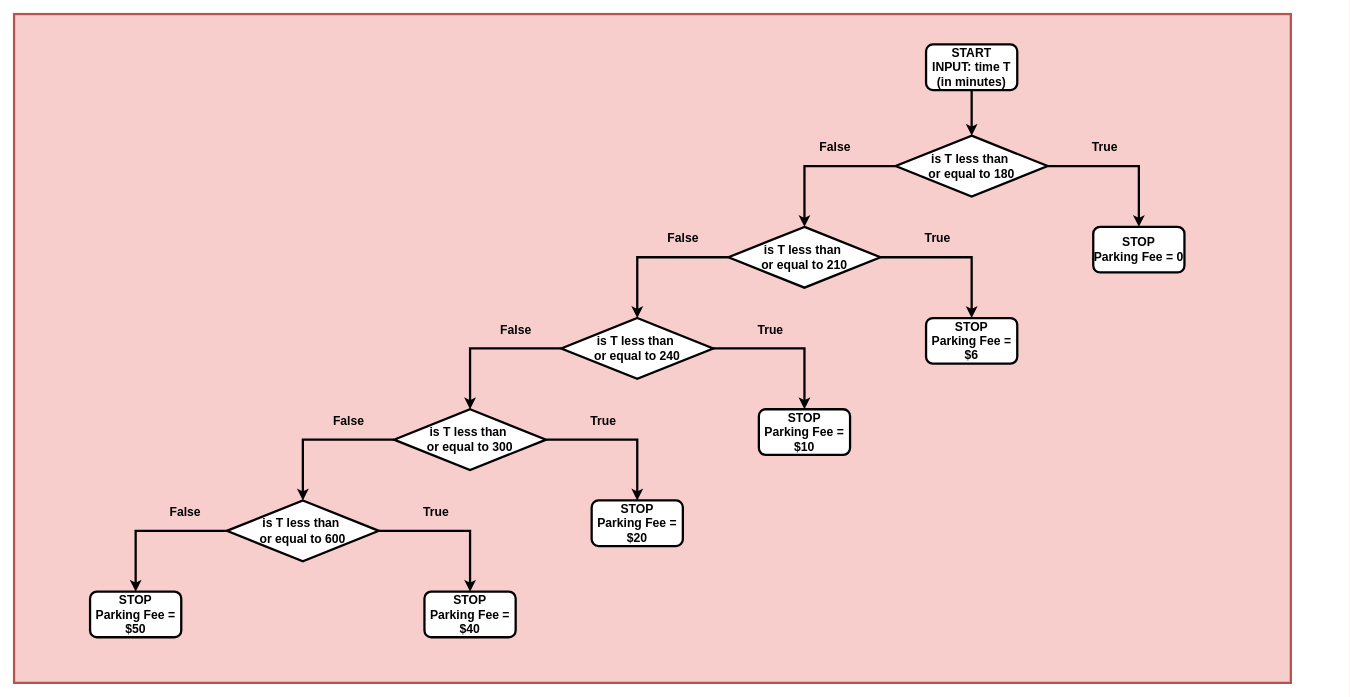
Before: Flowchart Untitled Diagram.drawio in gaurav1780/drawdotio, a draw.io diagram. Source tidied: cells renumbered, new cells numbered last; positions are measured from the earlier drawing's top-left corner, leaving out a move shared by most shapes. Both pictures are drawn from the tidied source at 76%, with x=0, y=0 at pixel (14, 14).
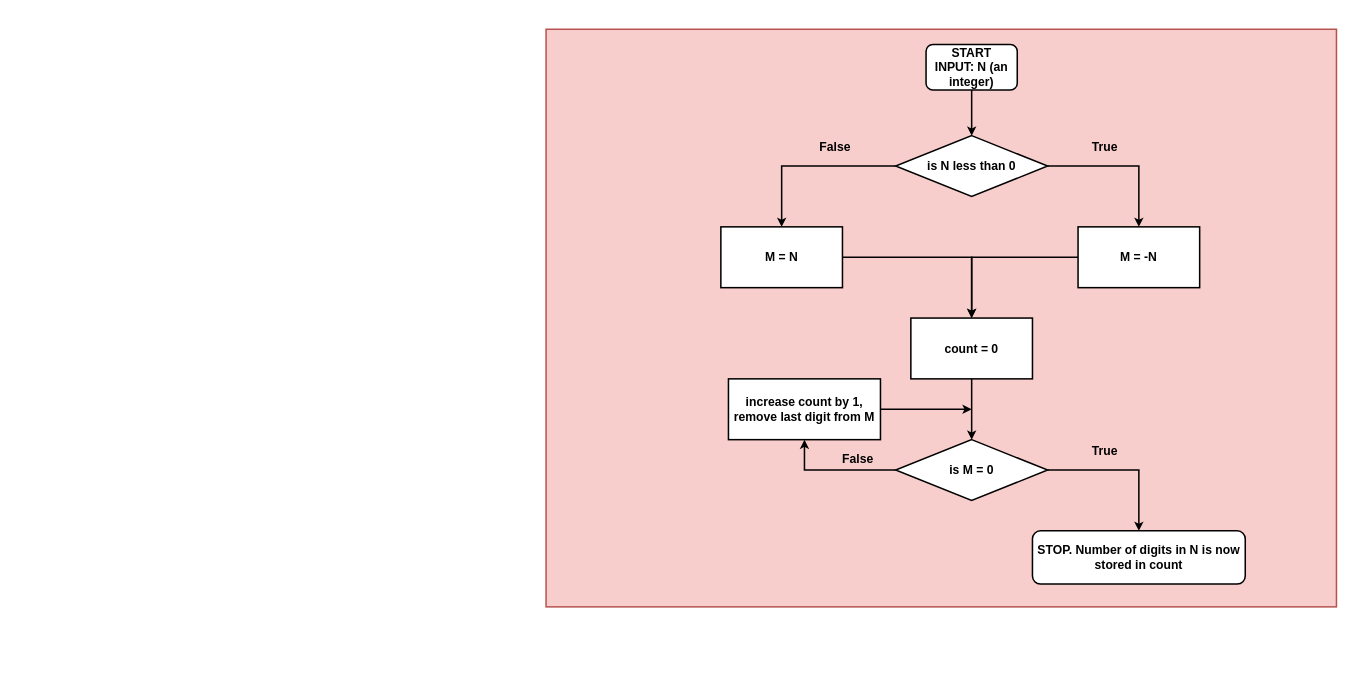
The same page after the edit.

What changed in the source:
```diff
@@
-    <mxCell id="2" style="rounded=0;whiteSpace=wrap;html=1;fillColor=#f8cecc;strokeColor=#b85450;fontSize=16;strokeWidth=3;fontStyle=1;" parent="1" vertex="1">
-      <mxGeometry width="1680" height="880" as="geometry" />
+    <mxCell id="2" style="rounded=0;whiteSpace=wrap;html=1;fillColor=#f8cecc;strokeColor=#b85450;fontSize=16;strokeWidth=2;fontStyle=1;" parent="1" vertex="1">
+      <mxGeometry x="700" y="20" width="1040" height="760" as="geometry" />
     </mxCell>
-    <mxCell id="3" value="START&lt;div style=&quot;font-size: 16px;&quot;&gt;INPUT: time T (in minutes)&lt;/div&gt;" style="rounded=1;whiteSpace=wrap;html=1;fontSize=16;strokeWidth=3;fontStyle=1;" parent="1" vertex="1">
+    <mxCell id="3" value="START&lt;div style=&quot;font-size: 16px;&quot;&gt;INPUT: N (an integer)&lt;/div&gt;" style="rounded=1;whiteSpace=wrap;html=1;fontSize=16;strokeWidth=2;fontStyle=1;" parent="1" vertex="1">
       <mxGeometry x="1200" y="40" width="120" height="60" as="geometry" />
     </mxCell>
-    <mxCell id="4" style="endArrow=classic;html=1;rounded=0;fontSize=16;strokeWidth=3;fontStyle=1;" parent="1" edge="1">
+    <mxCell id="4" style="endArrow=classic;html=1;rounded=0;fontSize=16;strokeWidth=2;fontStyle=1;" parent="1" edge="1">
       <mxGeometry relative="1" as="geometry">
         <mxPoint x="1260" y="100" as="sourcePoint" />
         <mxPoint x="1260" y="160" as="targetPoint" />
       </mxGeometry>
     </mxCell>
-    <mxCell id="5" value="is T less than&amp;nbsp;&lt;div&gt;or equal to 180&lt;/div&gt;" style="rhombus;whiteSpace=wrap;html=1;fontSize=16;strokeWidth=3;fontStyle=1;" parent="1" vertex="1">
+    <mxCell id="5" value="is N less than 0" style="rhombus;whiteSpace=wrap;html=1;fontSize=16;strokeWidth=2;fontStyle=1;" parent="1" vertex="1">
       <mxGeometry x="1160" y="160" width="200" height="80" as="geometry" />
     </mxCell>
-    <mxCell id="6" style="endArrow=classic;html=1;rounded=0;fontSize=16;strokeWidth=3;fontStyle=1;" parent="1" edge="1">
+    <mxCell id="6" style="endArrow=classic;html=1;rounded=0;fontSize=16;strokeWidth=2;fontStyle=1;" parent="1" edge="1">
       <mxGeometry relative="1" as="geometry">
         <mxPoint x="1360" y="200" as="sourcePoint" />
         <mxPoint x="1480" y="280" as="targetPoint" />
         <Array as="points">
           <mxPoint x="1480" y="200" />
         </Array>
       </mxGeometry>
     </mxCell>
-    <mxCell id="7" style="endArrow=classic;html=1;rounded=0;fontSize=16;strokeWidth=3;fontStyle=1;" parent="1" edge="1">
-      <mxGeometry relative="1" as="geometry">
-        <mxPoint x="1160" y="200" as="sourcePoint" />
-        <mxPoint x="1040" y="280" as="targetPoint" />
-        <Array as="points">
-          <mxPoint x="1040" y="200" />
-        </Array>
-      </mxGeometry>
-    </mxCell>
-    <mxCell id="8" value="False" style="text;html=1;align=center;verticalAlign=middle;strokeColor=none;fillColor=none;fontSize=16;strokeWidth=3;fontStyle=1;" parent="1" vertex="1">
+    <mxCell id="8" value="False" style="text;html=1;align=center;verticalAlign=middle;strokeColor=none;fillColor=none;fontSize=16;strokeWidth=2;fontStyle=1;" parent="1" vertex="1">
       <mxGeometry x="1050" y="160" width="60" height="30" as="geometry" />
     </mxCell>
-    <mxCell id="9" value="True" style="text;html=1;align=center;verticalAlign=middle;strokeColor=none;fillColor=none;fontSize=16;strokeWidth=3;fontStyle=1;" parent="1" vertex="1">
+    <mxCell id="9" value="True" style="text;html=1;align=center;verticalAlign=middle;strokeColor=none;fillColor=none;fontSize=16;strokeWidth=2;fontStyle=1;" parent="1" vertex="1">
       <mxGeometry x="1405" y="160" width="60" height="30" as="geometry" />
     </mxCell>
-    <mxCell id="10" value="STOP&lt;br style=&quot;font-size: 16px;&quot;&gt;Parking Fee = 0" style="rounded=1;whiteSpace=wrap;html=1;fontSize=16;strokeWidth=3;fontStyle=1;" parent="1" vertex="1">
-      <mxGeometry x="1420" y="280" width="120" height="60" as="geometry" />
-    </mxCell>
-    <mxCell id="11" value="is T less than&amp;nbsp;&lt;div&gt;or equal to 210&lt;/div&gt;" style="rhombus;whiteSpace=wrap;html=1;fontSize=16;strokeWidth=3;fontStyle=1;" parent="1" vertex="1">
-      <mxGeometry x="940" y="280" width="200" height="80" as="geometry" />
+    <mxCell id="11" value="is M = 0" style="rhombus;whiteSpace=wrap;html=1;fontSize=16;strokeWidth=2;fontStyle=1;" parent="1" vertex="1">
+      <mxGeometry x="1160" y="560" width="200" height="80" as="geometry" />
     </mxCell>
-    <mxCell id="12" style="endArrow=classic;html=1;rounded=0;fontSize=16;strokeWidth=3;fontStyle=1;" parent="1" edge="1">
+    <mxCell id="12" style="endArrow=classic;html=1;rounded=0;fontSize=16;strokeWidth=2;fontStyle=1;" parent="1" edge="1">
       <mxGeometry relative="1" as="geometry">
-        <mxPoint x="1140" y="320" as="sourcePoint" />
-        <mxPoint x="1260" y="400" as="targetPoint" />
+        <mxPoint x="1360" y="600" as="sourcePoint" />
+        <mxPoint x="1480" y="680" as="targetPoint" />
         <Array as="points">
-          <mxPoint x="1260" y="320" />
+          <mxPoint x="1480" y="600" />
         </Array>
       </mxGeometry>
     </mxCell>
-    <mxCell id="13" value="True" style="text;html=1;align=center;verticalAlign=middle;strokeColor=none;fillColor=none;fontSize=16;strokeWidth=3;fontStyle=1;" parent="1" vertex="1">
-      <mxGeometry x="1185" y="280" width="60" height="30" as="geometry" />
+    <mxCell id="13" value="True" style="text;html=1;align=center;verticalAlign=middle;strokeColor=none;fillColor=none;fontSize=16;strokeWidth=2;fontStyle=1;" parent="1" vertex="1">
+      <mxGeometry x="1405" y="560" width="60" height="30" as="geometry" />
     </mxCell>
-    <mxCell id="14" value="STOP&lt;br style=&quot;font-size: 16px;&quot;&gt;Parking Fee = $6" style="rounded=1;whiteSpace=wrap;html=1;fontSize=16;strokeWidth=3;fontStyle=1;" parent="1" vertex="1">
-      <mxGeometry x="1200" y="400" width="120" height="60" as="geometry" />
+    <mxCell id="14" value="STOP. Number of digits in N is now stored in count" style="rounded=1;whiteSpace=wrap;html=1;fontSize=16;strokeWidth=2;fontStyle=1;" parent="1" vertex="1">
+      <mxGeometry x="1340" y="680" width="280" height="70" as="geometry" />
     </mxCell>
-    <mxCell id="15" style="endArrow=classic;html=1;rounded=0;fontSize=16;strokeWidth=3;fontStyle=1;" parent="1" edge="1">
+    <mxCell id="15" style="endArrow=classic;html=1;rounded=0;fontSize=16;strokeWidth=2;fontStyle=1;entryX=0.5;entryY=1;entryDx=0;entryDy=0;" parent="1" edge="1" target="40">
       <mxGeometry relative="1" as="geometry">
-        <mxPoint x="940" y="320" as="sourcePoint" />
-        <mxPoint x="820" y="400" as="targetPoint" />
+        <mxPoint x="1160" y="600" as="sourcePoint" />
         <Array as="points">
-          <mxPoint x="820" y="320" />
+          <mxPoint x="1040" y="600" />
         </Array>
       </mxGeometry>
     </mxCell>
-    <mxCell id="16" value="is T less than&amp;nbsp;&lt;div&gt;or equal to 240&lt;/div&gt;" style="rhombus;whiteSpace=wrap;html=1;fontSize=16;strokeWidth=3;fontStyle=1;" parent="1" vertex="1">
-      <mxGeometry x="720" y="400" width="200" height="80" as="geometry" />
-    </mxCell>
-    <mxCell id="17" style="endArrow=classic;html=1;rounded=0;fontSize=16;strokeWidth=3;fontStyle=1;" parent="1" edge="1">
-      <mxGeometry relative="1" as="geometry">
-        <mxPoint x="920" y="440" as="sourcePoint" />
-        <mxPoint x="1040" y="520" as="targetPoint" />
-        <Array as="points">
-          <mxPoint x="1040" y="440" />
-        </Array>
-      </mxGeometry>
-    </mxCell>
-    <mxCell id="18" value="True" style="text;html=1;align=center;verticalAlign=middle;strokeColor=none;fillColor=none;fontSize=16;strokeWidth=3;fontStyle=1;" parent="1" vertex="1">
-      <mxGeometry x="965" y="400" width="60" height="30" as="geometry" />
-    </mxCell>
-    <mxCell id="19" value="STOP&lt;br style=&quot;font-size: 16px;&quot;&gt;Parking Fee = $10" style="rounded=1;whiteSpace=wrap;html=1;fontSize=16;strokeWidth=3;fontStyle=1;" parent="1" vertex="1">
-      <mxGeometry x="980" y="520" width="120" height="60" as="geometry" />
-    </mxCell>
-    <mxCell id="20" value="False" style="text;html=1;align=center;verticalAlign=middle;strokeColor=none;fillColor=none;fontSize=16;strokeWidth=3;fontStyle=1;" parent="1" vertex="1">
-      <mxGeometry x="850" y="280" width="60" height="30" as="geometry" />
+    <mxCell id="20" value="False" style="text;html=1;align=center;verticalAlign=middle;strokeColor=none;fillColor=none;fontSize=16;strokeWidth=2;fontStyle=1;" parent="1" vertex="1">
+      <mxGeometry x="1080" y="570" width="60" height="30" as="geometry" />
     </mxCell>
-    <mxCell id="21" style="endArrow=classic;html=1;rounded=0;fontSize=16;strokeWidth=3;fontStyle=1;" parent="1" edge="1">
-      <mxGeometry relative="1" as="geometry">
-        <mxPoint x="720" y="440" as="sourcePoint" />
-        <mxPoint x="600" y="520" as="targetPoint" />
-        <Array as="points">
-          <mxPoint x="600" y="440" />
-        </Array>
-      </mxGeometry>
-    </mxCell>
-    <mxCell id="22" value="is T less than&amp;nbsp;&lt;div&gt;or equal to 300&lt;/div&gt;" style="rhombus;whiteSpace=wrap;html=1;fontSize=16;strokeWidth=3;fontStyle=1;" parent="1" vertex="1">
-      <mxGeometry x="500" y="520" width="200" height="80" as="geometry" />
-    </mxCell>
-    <mxCell id="23" style="endArrow=classic;html=1;rounded=0;fontSize=16;strokeWidth=3;fontStyle=1;" parent="1" edge="1">
-      <mxGeometry relative="1" as="geometry">
-        <mxPoint x="700" y="560" as="sourcePoint" />
-        <mxPoint x="820" y="640" as="targetPoint" />
-        <Array as="points">
-          <mxPoint x="820" y="560" />
-        </Array>
-      </mxGeometry>
-    </mxCell>
-    <mxCell id="24" value="True" style="text;html=1;align=center;verticalAlign=middle;strokeColor=none;fillColor=none;fontSize=16;strokeWidth=3;fontStyle=1;" parent="1" vertex="1">
-      <mxGeometry x="745" y="520" width="60" height="30" as="geometry" />
-    </mxCell>
-    <mxCell id="25" value="STOP&lt;br style=&quot;font-size: 16px;&quot;&gt;Parking Fee = $20" style="rounded=1;whiteSpace=wrap;html=1;fontSize=16;strokeWidth=3;fontStyle=1;" parent="1" vertex="1">
-      <mxGeometry x="760" y="640" width="120" height="60" as="geometry" />
-    </mxCell>
-    <mxCell id="26" value="False" style="text;html=1;align=center;verticalAlign=middle;strokeColor=none;fillColor=none;fontSize=16;strokeWidth=3;fontStyle=1;" parent="1" vertex="1">
-      <mxGeometry x="630" y="400" width="60" height="30" as="geometry" />
-    </mxCell>
-    <mxCell id="27" style="endArrow=classic;html=1;rounded=0;fontSize=16;strokeWidth=3;fontStyle=1;" parent="1" edge="1">
-      <mxGeometry relative="1" as="geometry">
-        <mxPoint x="500" y="560" as="sourcePoint" />
-        <mxPoint x="380" y="640" as="targetPoint" />
-        <Array as="points">
-          <mxPoint x="380" y="560" />
-        </Array>
-      </mxGeometry>
-    </mxCell>
-    <mxCell id="28" value="is T less than&amp;nbsp;&lt;div&gt;or equal to 600&lt;/div&gt;" style="rhombus;whiteSpace=wrap;html=1;fontSize=16;strokeWidth=3;fontStyle=1;" parent="1" vertex="1">
-      <mxGeometry x="280" y="640" width="200" height="80" as="geometry" />
-    </mxCell>
-    <mxCell id="29" style="endArrow=classic;html=1;rounded=0;fontSize=16;strokeWidth=3;fontStyle=1;" parent="1" edge="1">
-      <mxGeometry relative="1" as="geometry">
-        <mxPoint x="480" y="680" as="sourcePoint" />
-        <mxPoint x="600" y="760" as="targetPoint" />
-        <Array as="points">
-          <mxPoint x="600" y="680" />
-        </Array>
-      </mxGeometry>
-    </mxCell>
-    <mxCell id="30" value="True" style="text;html=1;align=center;verticalAlign=middle;strokeColor=none;fillColor=none;fontSize=16;strokeWidth=3;fontStyle=1;" parent="1" vertex="1">
-      <mxGeometry x="525" y="640" width="60" height="30" as="geometry" />
-    </mxCell>
-    <mxCell id="31" value="STOP&lt;br style=&quot;font-size: 16px;&quot;&gt;Parking Fee = $40" style="rounded=1;whiteSpace=wrap;html=1;fontSize=16;strokeWidth=3;fontStyle=1;" parent="1" vertex="1">
-      <mxGeometry x="540" y="760" width="120" height="60" as="geometry" />
-    </mxCell>
-    <mxCell id="32" value="False" style="text;html=1;align=center;verticalAlign=middle;strokeColor=none;fillColor=none;fontSize=16;strokeWidth=3;fontStyle=1;" parent="1" vertex="1">
-      <mxGeometry x="410" y="520" width="60" height="30" as="geometry" />
-    </mxCell>
-    <mxCell id="33" style="endArrow=classic;html=1;rounded=0;fontSize=16;strokeWidth=3;fontStyle=1;" parent="1" edge="1">
-      <mxGeometry relative="1" as="geometry">
-        <mxPoint x="280" y="680" as="sourcePoint" />
-        <mxPoint x="160" y="760" as="targetPoint" />
-        <Array as="points">
-          <mxPoint x="160" y="680" />
-        </Array>
-      </mxGeometry>
-    </mxCell>
-    <mxCell id="34" value="False" style="text;html=1;align=center;verticalAlign=middle;strokeColor=none;fillColor=none;fontSize=16;strokeWidth=3;fontStyle=1;" parent="1" vertex="1">
-      <mxGeometry x="195" y="640" width="60" height="30" as="geometry" />
-    </mxCell>
-    <mxCell id="35" value="STOP&lt;br style=&quot;font-size: 16px;&quot;&gt;Parking Fee = $50" style="rounded=1;whiteSpace=wrap;html=1;fontSize=16;strokeWidth=3;fontStyle=1;" parent="1" vertex="1">
-      <mxGeometry x="100" y="760" width="120" height="60" as="geometry" />
-    </mxCell>
+    <mxCell id="36" value="&lt;span style=&quot;font-size: 16px;&quot;&gt;&lt;span&gt;count = 0&lt;/span&gt;&lt;/span&gt;" style="rounded=0;whiteSpace=wrap;html=1;fontStyle=1;strokeWidth=2;" parent="1" vertex="1">
+      <mxGeometry x="1180" y="400" width="160" height="80" as="geometry" />
+    </mxCell>
+    <mxCell id="37" value="M = -N" style="rounded=0;whiteSpace=wrap;html=1;fontSize=16;fontStyle=1;strokeWidth=2;" parent="1" vertex="1">
+      <mxGeometry x="1400" y="280" width="160" height="80" as="geometry" />
+    </mxCell>
+    <mxCell id="38" style="endArrow=classic;html=1;rounded=0;fontStyle=1;strokeWidth=2;entryX=0.5;entryY=0;entryDx=0;entryDy=0;" parent="1" edge="1" target="36">
+      <mxGeometry relative="1" as="geometry">
+        <mxPoint x="1400" y="320" as="sourcePoint" />
+        <Array as="points">
+          <mxPoint x="1260" y="320" />
+        </Array>
+      </mxGeometry>
+    </mxCell>
+    <mxCell id="39" style="endArrow=classic;html=1;rounded=0;entryX=0.5;entryY=0;entryDx=0;entryDy=0;fontStyle=1;strokeWidth=2;" parent="1" edge="1" target="11">
+      <mxGeometry relative="1" as="geometry">
+        <mxPoint x="1260" y="480" as="sourcePoint" />
+      </mxGeometry>
+    </mxCell>
+    <mxCell id="40" value="&lt;span style=&quot;font-size: 16px;&quot;&gt;&lt;span&gt;increase count by 1,&lt;/span&gt;&lt;/span&gt;&lt;div&gt;&lt;span style=&quot;font-size: 16px;&quot;&gt;&lt;span&gt;remove last digit from M&lt;/span&gt;&lt;/span&gt;&lt;/div&gt;" style="rounded=0;whiteSpace=wrap;html=1;fontStyle=1;strokeWidth=2;" parent="1" vertex="1">
+      <mxGeometry x="940" y="480" width="200" height="80" as="geometry" />
+    </mxCell>
+    <mxCell id="41" style="endArrow=classic;html=1;rounded=0;fontStyle=1;strokeWidth=2;" parent="1" edge="1">
+      <mxGeometry relative="1" as="geometry">
+        <mxPoint x="1140" y="520" as="sourcePoint" />
+        <mxPoint x="1260" y="520" as="targetPoint" />
+      </mxGeometry>
+    </mxCell>
+    <mxCell id="42" style="endArrow=classic;html=1;rounded=0;fontSize=16;strokeWidth=2;fontStyle=1;" parent="1" edge="1" target="43">
+      <mxGeometry relative="1" as="geometry">
+        <mxPoint x="1160" y="200" as="sourcePoint" />
+        <Array as="points">
+          <mxPoint x="1010" y="200" />
+        </Array>
+      </mxGeometry>
+    </mxCell>
+    <mxCell id="43" value="M = N" style="rounded=0;whiteSpace=wrap;html=1;fontSize=16;fontStyle=1;strokeWidth=2;" parent="1" vertex="1">
+      <mxGeometry x="930" y="280" width="160" height="80" as="geometry" />
+    </mxCell>
+    <mxCell id="44" style="endArrow=classic;html=1;rounded=0;fontStyle=1;strokeWidth=2;entryX=0.5;entryY=0;entryDx=0;entryDy=0;" parent="1" edge="1" target="36">
+      <mxGeometry relative="1" as="geometry">
+        <mxPoint x="1090" y="320" as="sourcePoint" />
+        <Array as="points">
+          <mxPoint x="1260" y="320" />
+        </Array>
+      </mxGeometry>
+    </mxCell>
```
